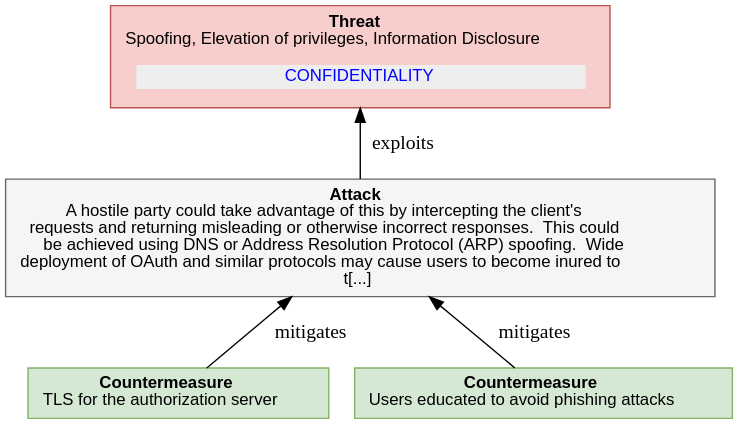
This is report-examples/OAuth2/img/threatTree/AuthServerPhishing1.svg from DavidCervigni/threat-models, a PlantUML export, as it was before one commit. Its source is kept beside it as report-examples/OAuth2/img/threatTree/AuthServerPhishing1.puml. Its diagram source:
```plantuml
@startuml
digraph G {
rankdir="BT";
  node [shape=plaintext, fontname="Arial" fontsize="12"];
    "AuthServerPhishing1" [ fillcolor="#F8CECC", style=filled, shape=polygon, color="#B85450"
    label=
    <<table border="0" cellborder="0" cellspacing="0">
     <tr><td align="center"><b>Threat</b><br/>

Spoofing, Elevation of privileges, Information Disclosure
</td></tr>
     <tr><td><table border="0" cellborder="0" cellspacing="8"><tr>
                ret += secObj.linkedImpactMDText()
     <td align="center" href="#OAuth2.CONFIDENTIALITY" bgcolor="#EEEEEE"><font color="blue">CONFIDENTIALITY</font></td>
     </tr></table></td></tr>
   </table>>
   ];

"AuthServerPhishing1_attack" [ fillcolor="#f5f5f5", style=filled, shape=polygon, color="#666666", label =
    <<table border="0" cellborder="0" cellspacing="0">
     <tr><td align="center"><b>Attack</b><br/>

A hostile party could take advantage of this by intercepting the client&#x27;s<br/>requests and returning misleading or otherwise incorrect responses.  This could<br/>be achieved using DNS or Address Resolution Protocol (ARP) spoofing.  Wide<br/>deployment of OAuth and similar protocols may cause users to become inured to<br/>t[...]
</td></tr>
   </table>>
    ]

"AuthServerPhishing1_attack" -> "AuthServerPhishing1"  [label = " exploits"]

    "AuthServerPhishing1_countermeasure0" [
       fillcolor="#D5E8D4", style=filled, shape=polygon, color="#82B366", label =
    <<table border="0" cellborder="0" cellspacing="0">
     <tr><td align="left"><b>Countermeasure</b><br/>

TLS for the authorization server
</td></tr>
   </table>>
   ]

     "AuthServerPhishing1_countermeasure0" -> "AuthServerPhishing1_attack" [label = " mitigates"]

    "AuthServerPhishing1_countermeasure1" [
       fillcolor="#D5E8D4", style=filled, shape=polygon, color="#82B366", label =
    <<table border="0" cellborder="0" cellspacing="0">
     <tr><td align="left"><b>Countermeasure</b><br/>

Users educated to avoid phishing attacks
</td></tr>
   </table>>
   ]

     "AuthServerPhishing1_countermeasure1" -> "AuthServerPhishing1_attack" [label = " mitigates"]

}
@enduml
```
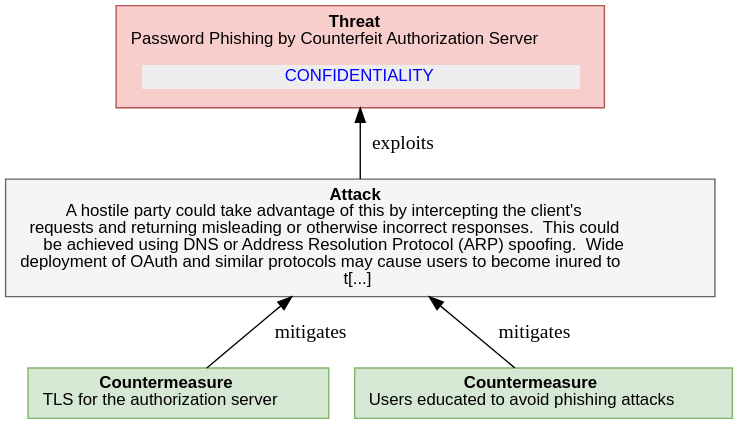
Later version of the same file.

Change to the diagram source:
```diff
@@ -7,7 +7,7 @@
     <<table border="0" cellborder="0" cellspacing="0">
      <tr><td align="center"><b>Threat</b><br/>
 
-Spoofing, Elevation of privileges, Information Disclosure
+Password Phishing by Counterfeit Authorization Server
 </td></tr>
      <tr><td><table border="0" cellborder="0" cellspacing="8"><tr>
                 ret += secObj.linkedImpactMDText()
```
